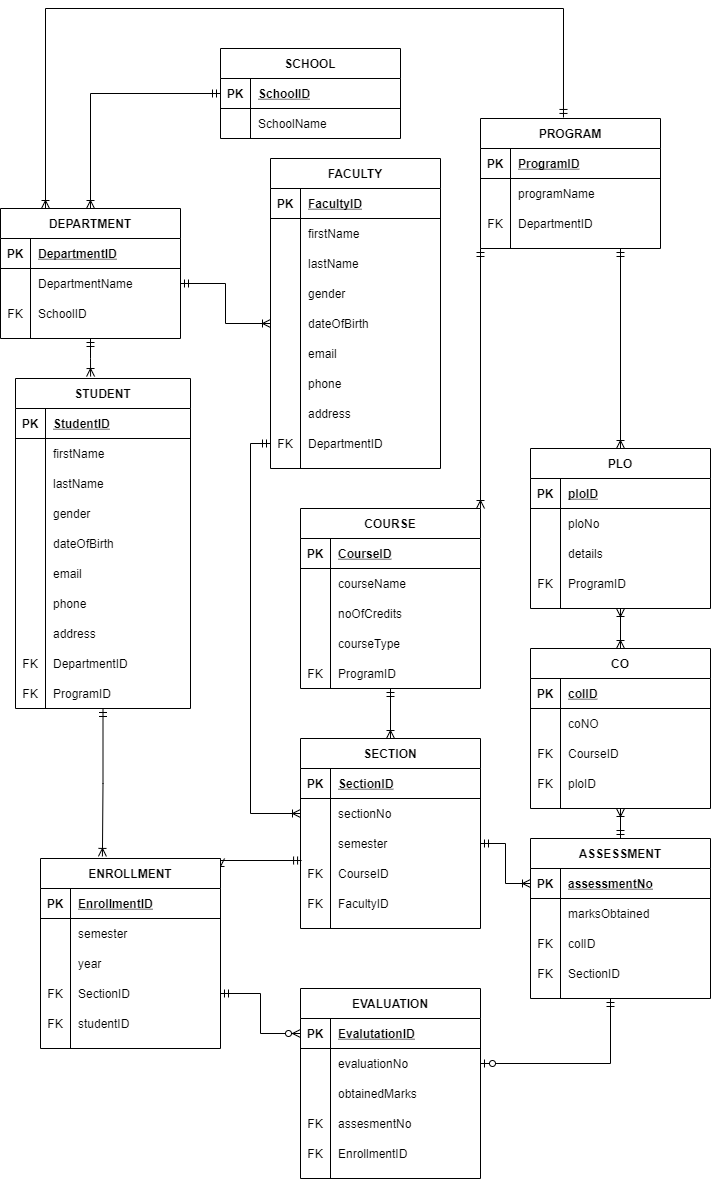
Earlier version of the draw.io export Reports/Report 2/ERD.png (zinanarsha/Student-Performance-Monitor). Source tidied: cells renumbered, new cells last; positions are measured from the earlier drawing's top-left corner, leaving out a move shared by most shapes.
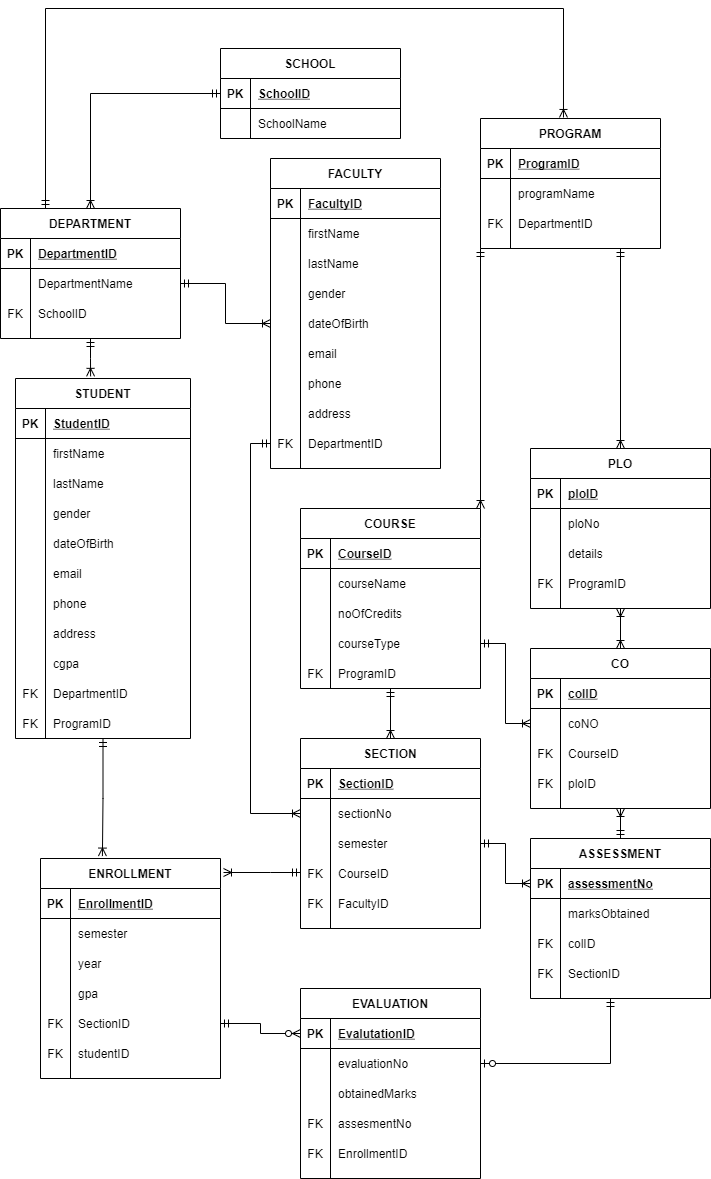
Later version of the same file.

What changed in the source:
```diff
@@ -59,7 +59,7 @@
     <mxCell id="20" style="edgeStyle=orthogonalEdgeStyle;rounded=0;jettySize=auto;html=1;entryX=0;entryY=0.5;entryDx=0;entryDy=0;startArrow=ERoneToMany;startFill=0;endArrow=ERmandOne;endFill=0;" parent="1" edge="1" source="22" target="13">
       <mxGeometry relative="1" as="geometry" />
     </mxCell>
-    <mxCell id="21" style="edgeStyle=orthogonalEdgeStyle;rounded=0;jettySize=auto;html=1;exitX=0.25;exitY=0;exitDx=0;exitDy=0;entryX=0.461;entryY=-0.008;entryDx=0;entryDy=0;entryPerimeter=0;startArrow=ERoneToMany;startFill=0;endArrow=ERmandOne;endFill=0;" parent="1" edge="1" source="22" target="2">
+    <mxCell id="21" style="edgeStyle=orthogonalEdgeStyle;rounded=0;jettySize=auto;html=1;exitX=0.25;exitY=0;exitDx=0;exitDy=0;entryX=0.461;entryY=-0.008;entryDx=0;entryDy=0;entryPerimeter=0;startArrow=ERmandOne;startFill=0;endArrow=ERoneToMany;endFill=0;" parent="1" edge="1" source="22" target="2">
       <mxGeometry relative="1" as="geometry">
         <Array as="points">
           <mxPoint x="45" />
@@ -185,7 +185,7 @@
       <mxGeometry relative="1" as="geometry" />
     </mxCell>
     <mxCell id="61" value="STUDENT" style="shape=table;startSize=30;rowLines=0;fontStyle=1;align=center;" parent="1" vertex="1">
-      <mxGeometry x="15" y="370" width="175" height="330" as="geometry" />
+      <mxGeometry x="15" y="370" width="175" height="360" as="geometry" />
     </mxCell>
     <mxCell id="62" style="shape=partialRectangle;fillColor=none;top=0;left=0;bottom=1;right=0;" parent="61" vertex="1">
       <mxGeometry y="30" width="175" height="30" as="geometry" />
@@ -259,8 +259,17 @@
     <mxCell id="85" value="address" style="shape=partialRectangle;fillColor=none;top=0;left=0;bottom=0;right=0;align=left;spacingLeft=6;overflow=hidden;" parent="83" vertex="1">
       <mxGeometry x="30" width="145" height="30" as="geometry" />
     </mxCell>
+    <mxCell id="206" style="shape=partialRectangle;fillColor=none;top=0;left=0;bottom=0;right=0;" parent="61" vertex="1">
+      <mxGeometry y="270" width="175" height="30" as="geometry" />
+    </mxCell>
+    <mxCell id="207" style="shape=partialRectangle;fillColor=none;top=0;left=0;bottom=0;right=0;overflow=hidden;" parent="206" vertex="1">
+      <mxGeometry width="30" height="30" as="geometry" />
+    </mxCell>
+    <mxCell id="208" value="cgpa" style="shape=partialRectangle;fillColor=none;top=0;left=0;bottom=0;right=0;align=left;spacingLeft=6;overflow=hidden;" parent="206" vertex="1">
+      <mxGeometry x="30" width="145" height="30" as="geometry" />
+    </mxCell>
     <mxCell id="86" style="shape=partialRectangle;fillColor=none;top=0;left=0;bottom=0;right=0;" parent="61" vertex="1">
-      <mxGeometry y="270" width="175" height="30" as="geometry" />
+      <mxGeometry y="300" width="175" height="30" as="geometry" />
     </mxCell>
     <mxCell id="87" value="FK" style="shape=partialRectangle;fillColor=none;top=0;left=0;bottom=0;right=0;overflow=hidden;" parent="86" vertex="1">
       <mxGeometry width="30" height="30" as="geometry" />
@@ -269,7 +278,7 @@
       <mxGeometry x="30" width="145" height="30" as="geometry" />
     </mxCell>
     <mxCell id="89" style="shape=partialRectangle;fillColor=none;top=0;left=0;bottom=0;right=0;" parent="61" vertex="1">
-      <mxGeometry y="300" width="175" height="30" as="geometry" />
+      <mxGeometry y="330" width="175" height="30" as="geometry" />
     </mxCell>
     <mxCell id="90" value="FK" style="shape=partialRectangle;fillColor=none;top=0;left=0;bottom=0;right=0;overflow=hidden;" parent="89" vertex="1">
       <mxGeometry width="30" height="30" as="geometry" />
@@ -558,15 +567,8 @@
     <mxCell id="183" value="EnrollmentID" style="shape=partialRectangle;fillColor=none;top=0;left=0;bottom=0;right=0;align=left;spacingLeft=6;overflow=hidden;" parent="181" vertex="1">
       <mxGeometry x="30" width="150" height="30" as="geometry" />
     </mxCell>
-    <mxCell id="184" style="edgeStyle=orthogonalEdgeStyle;rounded=0;jettySize=auto;html=1;exitX=1;exitY=0;exitDx=0;exitDy=0;entryX=0.006;entryY=0.067;entryDx=0;entryDy=0;entryPerimeter=0;startArrow=ERoneToMany;startFill=0;endArrow=ERmandOne;endFill=0;" parent="1" edge="1" source="185" target="148">
-      <mxGeometry relative="1" as="geometry">
-        <Array as="points">
-          <mxPoint x="220" y="852" />
-        </Array>
-      </mxGeometry>
-    </mxCell>
     <mxCell id="185" value="ENROLLMENT" style="shape=table;startSize=30;rowLines=0;fontStyle=1;align=center;" parent="1" vertex="1">
-      <mxGeometry x="40" y="850" width="180" height="190" as="geometry" />
+      <mxGeometry x="40" y="850" width="180" height="220" as="geometry" />
     </mxCell>
     <mxCell id="186" style="shape=partialRectangle;fillColor=none;top=0;left=0;bottom=1;right=0;" parent="185" vertex="1">
       <mxGeometry y="30" width="180" height="30" as="geometry" />
@@ -595,8 +597,17 @@
     <mxCell id="194" value="year" style="shape=partialRectangle;fillColor=none;top=0;left=0;bottom=0;right=0;align=left;spacingLeft=6;overflow=hidden;" parent="192" vertex="1">
       <mxGeometry x="30" width="150" height="30" as="geometry" />
     </mxCell>
+    <mxCell id="209" style="shape=partialRectangle;fillColor=none;top=0;left=0;bottom=0;right=0;" parent="185" vertex="1">
+      <mxGeometry y="120" width="180" height="30" as="geometry" />
+    </mxCell>
+    <mxCell id="210" style="shape=partialRectangle;fillColor=none;top=0;left=0;bottom=0;right=0;overflow=hidden;" parent="209" vertex="1">
+      <mxGeometry width="30" height="30" as="geometry" />
+    </mxCell>
+    <mxCell id="211" value="gpa" style="shape=partialRectangle;fillColor=none;top=0;left=0;bottom=0;right=0;align=left;spacingLeft=6;overflow=hidden;" parent="209" vertex="1">
+      <mxGeometry x="30" width="150" height="30" as="geometry" />
+    </mxCell>
     <mxCell id="195" style="shape=partialRectangle;fillColor=none;top=0;left=0;bottom=0;right=0;points=[[0,0.5],[1,0.5]];portConstraint=eastwest;" parent="185" vertex="1">
-      <mxGeometry y="120" width="180" height="30" as="geometry" />
+      <mxGeometry y="150" width="180" height="30" as="geometry" />
     </mxCell>
     <mxCell id="196" value="FK" style="shape=partialRectangle;fillColor=none;top=0;left=0;bottom=0;right=0;overflow=hidden;" parent="195" vertex="1">
       <mxGeometry width="30" height="30" as="geometry" />
@@ -605,7 +616,7 @@
       <mxGeometry x="30" width="150" height="30" as="geometry" />
     </mxCell>
     <mxCell id="198" style="shape=partialRectangle;fillColor=none;top=0;left=0;bottom=0;right=0;" parent="185" vertex="1">
-      <mxGeometry y="150" width="180" height="30" as="geometry" />
+      <mxGeometry y="180" width="180" height="30" as="geometry" />
     </mxCell>
     <mxCell id="199" value="FK" style="shape=partialRectangle;fillColor=none;top=0;left=0;bottom=0;right=0;overflow=hidden;" parent="198" vertex="1">
       <mxGeometry width="30" height="30" as="geometry" />
@@ -630,5 +641,17 @@
     <mxCell id="205" style="edgeStyle=orthogonalEdgeStyle;rounded=0;jettySize=auto;html=1;exitX=1;exitY=0.5;exitDx=0;exitDy=0;startArrow=ERmandOne;startFill=0;endArrow=ERoneToMany;endFill=0;" parent="1" edge="1" source="26" target="45">
       <mxGeometry relative="1" as="geometry" />
     </mxCell>
+    <mxCell id="212" style="edgeStyle=orthogonalEdgeStyle;rounded=0;jettySize=auto;html=1;startArrow=ERmandOne;startFill=0;endArrow=ERoneToMany;endFill=0;" parent="1" edge="1" source="148">
+      <mxGeometry relative="1" as="geometry">
+        <mxPoint x="223" y="864" as="targetPoint" />
+        <Array as="points">
+          <mxPoint x="270" y="864" />
+          <mxPoint x="270" y="864" />
+        </Array>
+      </mxGeometry>
+    </mxCell>
+    <mxCell id="213" style="edgeStyle=orthogonalEdgeStyle;rounded=0;jettySize=auto;html=1;entryX=0;entryY=0.5;entryDx=0;entryDy=0;startArrow=ERmandOne;startFill=0;endArrow=ERoneToMany;endFill=0;" parent="1" edge="1" source="104" target="129">
+      <mxGeometry relative="1" as="geometry" />
+    </mxCell>
   </root>
 </mxGraphModel>
```
